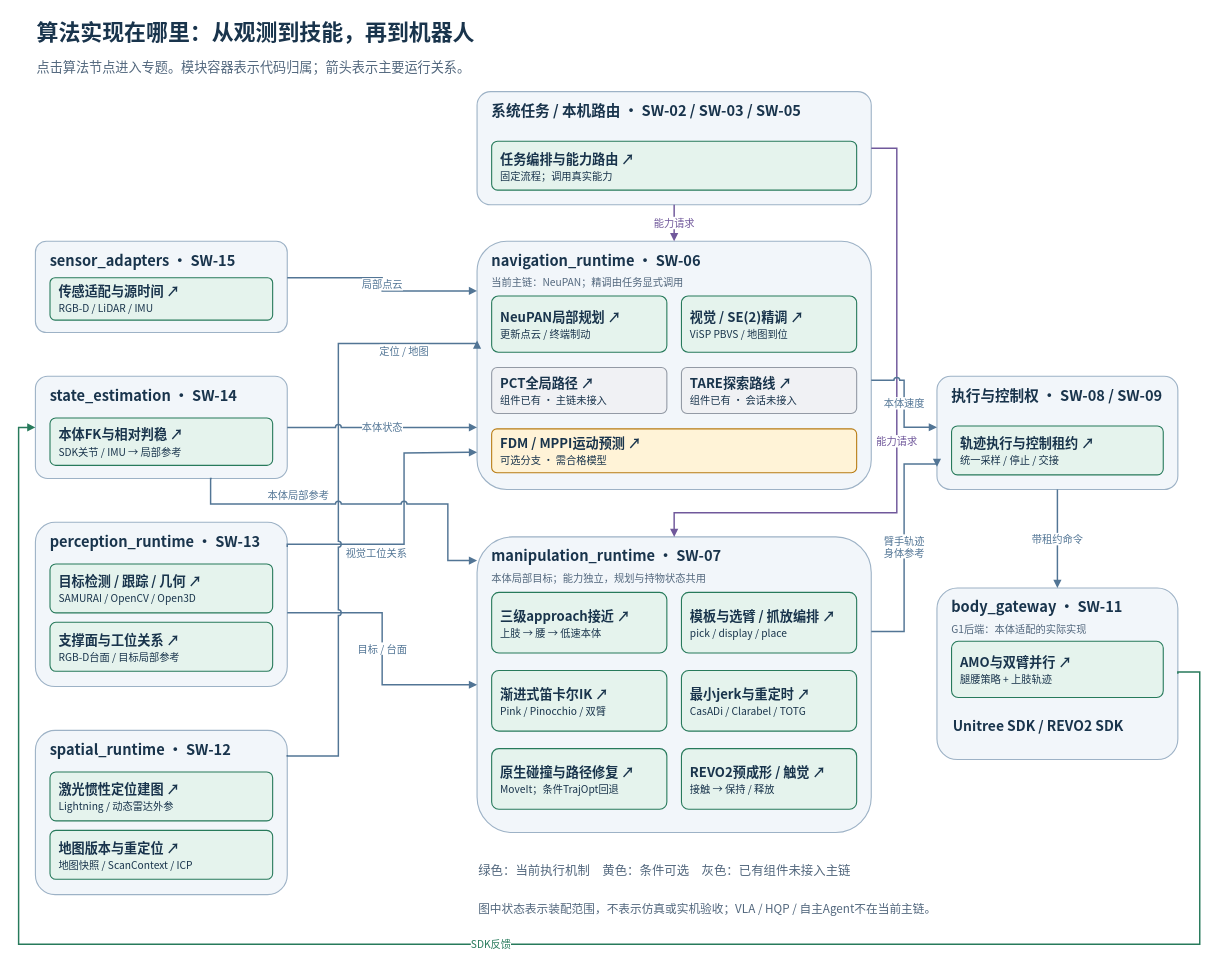
gao377/gao377.github.io keeps this draw.io diagram as site/diagrams/algorithm-map.drawio. Above is the earlier version. Source tidied: cells renumbered, new cells numbered last; positions are measured from the earlier drawing's top-left corner, leaving out a move shared by most shapes. Both pictures are drawn from the tidied source at 73%, with x=0, y=0 at pixel (18, 12).
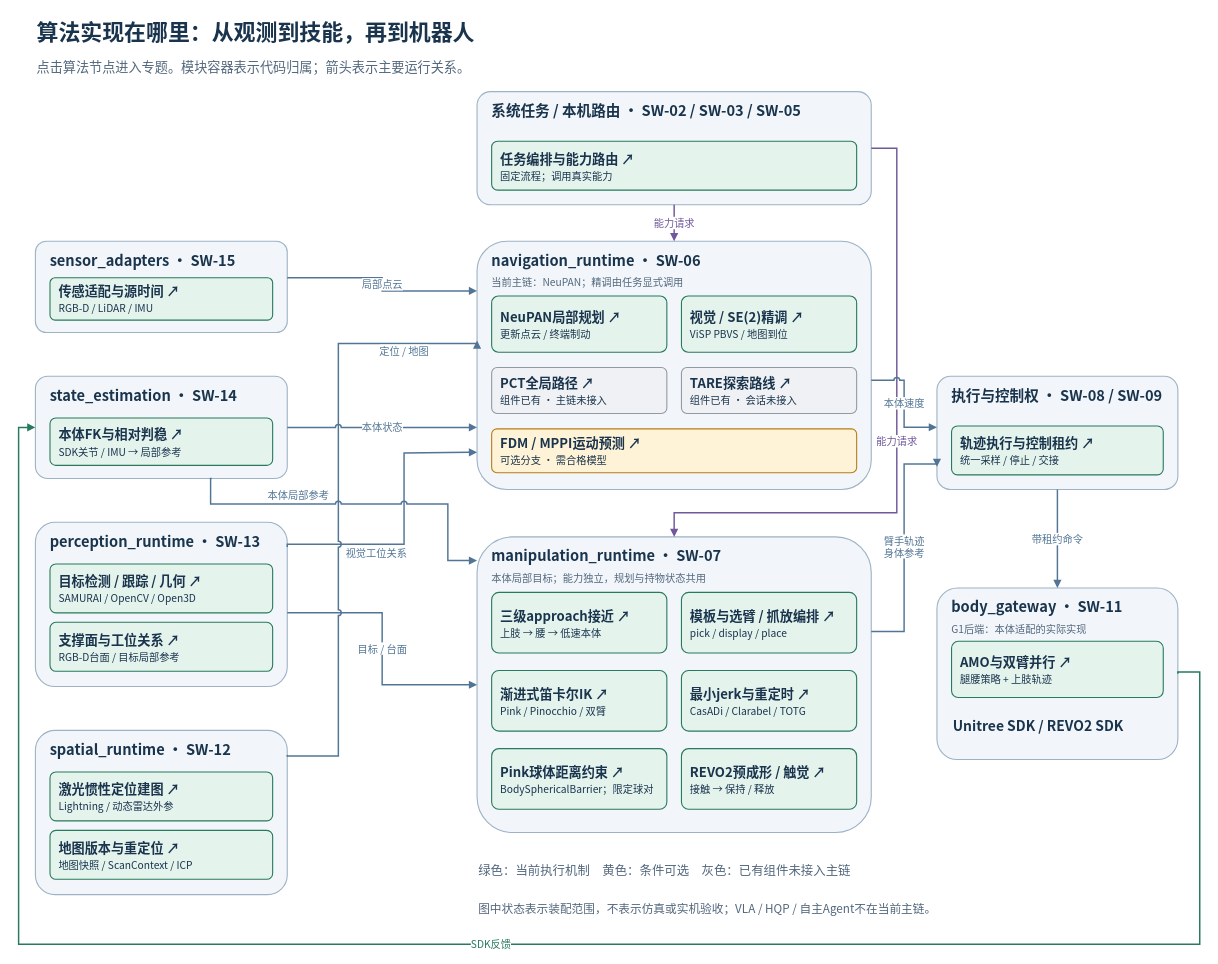
The same page after the edit.

The edit, as a diff of the source:
```diff
@@
-    <mxCell id="36" value="&lt;b&gt;原生碰撞与路径修复 ↗&lt;/b&gt;&lt;br&gt;&lt;font style=&quot;font-size:14px&quot;&gt;MoveIt；条件TrajOpt回退&lt;/font&gt;" style="fontFamily=Noto Sans CJK SC;rounded=1;whiteSpace=wrap;html=1;arcSize=12;spacing=12;align=left;verticalAlign=middle;strokeWidth=1.5;fontSize=18;fontColor=#19344C;fillColor=#E5F3ED;strokeColor=#277A5B;" parent="1" vertex="1">
+    <mxCell id="36" value="&lt;b&gt;Pink球体距离约束 ↗&lt;/b&gt;&lt;br&gt;&lt;font style=&quot;font-size:14px&quot;&gt;BodySphericalBarrier；限定球对&lt;/font&gt;" style="fontFamily=Noto Sans CJK SC;rounded=1;whiteSpace=wrap;html=1;arcSize=12;spacing=12;align=left;verticalAlign=middle;strokeWidth=1.5;fontSize=18;fontColor=#19344C;fillColor=#E5F3ED;strokeColor=#277A5B;" parent="1" vertex="1">
       <mxGeometry x="648" y="1008" width="240" height="83" as="geometry" />
     </mxCell>
```
